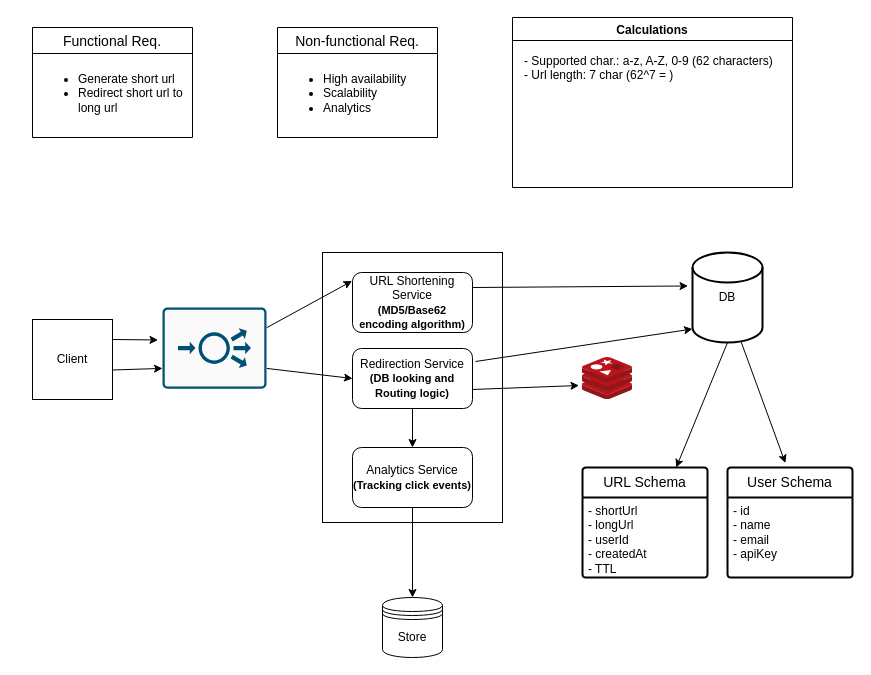
meghsohor/system-design keeps this draw.io diagram as url-shortening.drawio. Above is the earlier version. Source tidied: cells renumbered, new cells numbered last; positions are measured from the earlier drawing's top-left corner, leaving out a move shared by most shapes. Both pictures are drawn from the tidied source at 100%, with x=0, y=0 at pixel (32, 17).
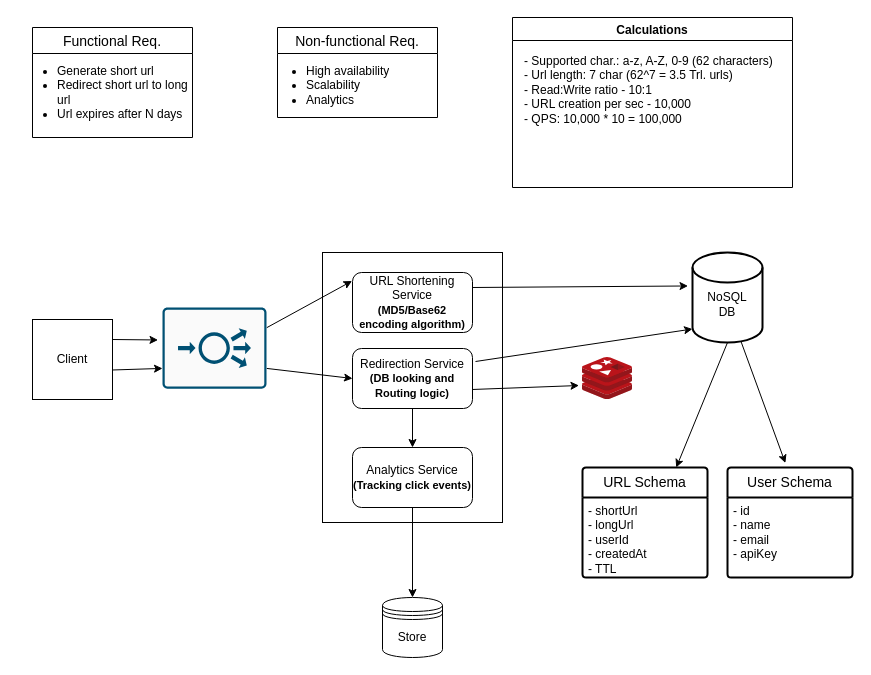
The same diagram, later.

Unchanged cells that the change refers to:
```xml
<mxCell id="8" value="Functional Req." style="swimlane;fontStyle=0;horizontal=1;startSize=26;align=center;fontSize=14;" parent="1" vertex="1">
  <mxGeometry y="10" width="160" height="110" as="geometry" />
</mxCell>
<mxCell id="16" value="Calculations" style="swimlane;" parent="1" vertex="1">
  <mxGeometry x="480" width="280" height="170" as="geometry" />
</mxCell>
```

What changed in the source:
```diff
@@
-    <mxCell id="3" value="DB" style="strokeWidth=2;html=1;shape=mxgraph.flowchart.database;whiteSpace=wrap;" parent="1" vertex="1">
+    <mxCell id="3" value="&lt;div&gt;&lt;br&gt;&lt;/div&gt;&lt;div&gt;NoSQL&lt;/div&gt;DB" style="strokeWidth=2;html=1;shape=mxgraph.flowchart.database;whiteSpace=wrap;" parent="1" vertex="1">
       <mxGeometry x="660" y="235" width="70" height="90" as="geometry" />
     </mxCell>
@@
-    <mxCell id="9" value="&lt;ul&gt;&lt;li&gt;&lt;span style=&quot;background-color: initial;&quot;&gt;Generate short url&lt;/span&gt;&lt;/li&gt;&lt;li&gt;&lt;span style=&quot;background-color: initial;&quot;&gt;Redirect short url to long url&lt;/span&gt;&lt;/li&gt;&lt;/ul&gt;" style="text;strokeColor=none;fillColor=none;spacingLeft=4;spacingRight=4;overflow=hidden;fontSize=12;whiteSpace=wrap;html=1;" parent="8" vertex="1">
+    <mxCell id="9" value="&lt;ul&gt;&lt;li&gt;&lt;span style=&quot;background-color: initial;&quot;&gt;Generate short url&lt;/span&gt;&lt;/li&gt;&lt;li&gt;&lt;span style=&quot;background-color: initial;&quot;&gt;Redirect short url to long url&lt;/span&gt;&lt;/li&gt;&lt;li&gt;&lt;span style=&quot;background-color: initial;&quot;&gt;Url expires after N days&lt;/span&gt;&lt;/li&gt;&lt;/ul&gt;" style="text;strokeColor=none;fillColor=none;spacingLeft=-17;spacingRight=4;overflow=hidden;fontSize=12;whiteSpace=wrap;html=1;verticalAlign=top;align=left;spacingTop=-8;" parent="8" vertex="1">
       <mxGeometry y="26" width="160" height="84" as="geometry" />
     </mxCell>
     <mxCell id="10" value="Non-functional Req." style="swimlane;fontStyle=0;horizontal=1;startSize=26;align=center;fontSize=14;" parent="1" vertex="1">
-      <mxGeometry x="245" y="10" width="160" height="110" as="geometry" />
+      <mxGeometry x="245" y="10" width="160" height="90" as="geometry" />
     </mxCell>
-    <mxCell id="11" value="&lt;ul&gt;&lt;li&gt;High availability&lt;/li&gt;&lt;li&gt;Scalability&lt;/li&gt;&lt;li&gt;Analytics&lt;/li&gt;&lt;/ul&gt;" style="text;strokeColor=none;fillColor=none;spacingLeft=4;spacingRight=4;overflow=hidden;fontSize=12;whiteSpace=wrap;html=1;" parent="10" vertex="1">
-      <mxGeometry y="26" width="160" height="84" as="geometry" />
+    <mxCell id="11" value="&lt;ul&gt;&lt;li&gt;High availability&lt;/li&gt;&lt;li&gt;Scalability&lt;/li&gt;&lt;li&gt;Analytics&lt;/li&gt;&lt;/ul&gt;" style="text;strokeColor=none;fillColor=none;spacingLeft=-13;spacingRight=4;overflow=hidden;fontSize=12;whiteSpace=wrap;html=1;spacingTop=-8;" parent="10" vertex="1">
+      <mxGeometry y="26" width="160" height="64" as="geometry" />
     </mxCell>
@@
-    <mxCell id="17" value="- Supported char.: a-z, A-Z, 0-9 (62 characters)&lt;div&gt;- Url length: 7 char (62^7 = )&lt;/div&gt;" style="text;html=1;align=left;verticalAlign=top;whiteSpace=wrap;rounded=0;" parent="16" vertex="1">
+    <mxCell id="17" value="- Supported char.: a-z, A-Z, 0-9 (62 characters)&lt;div&gt;- Url length: 7 char (62^7 = 3.5 Trl. urls)&lt;/div&gt;&lt;div&gt;- Read:Write ratio - 10:1&lt;/div&gt;&lt;div&gt;- URL creation per sec - 10,000&lt;/div&gt;&lt;div&gt;- QPS: 10,000 * 10 = 100,000&lt;/div&gt;" style="text;html=1;align=left;verticalAlign=top;whiteSpace=wrap;rounded=0;" parent="16" vertex="1">
       <mxGeometry x="10" y="30" width="260" height="130" as="geometry" />
     </mxCell>
```
